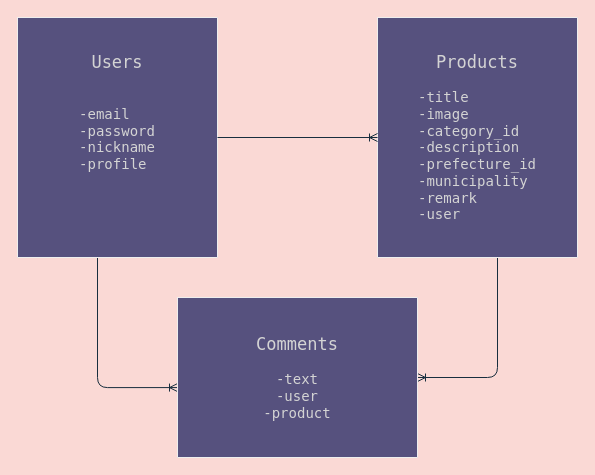
Above: osanpo_test.dio in mo0777lucky/osanpo_goo (draw.io), before the change. Source tidied: cells renumbered, new cells numbered last; positions are measured from the earlier drawing's top-left corner, leaving out a move shared by most shapes. Both pictures are drawn from the tidied source at 100%, with x=0, y=0 at pixel (17, 17).
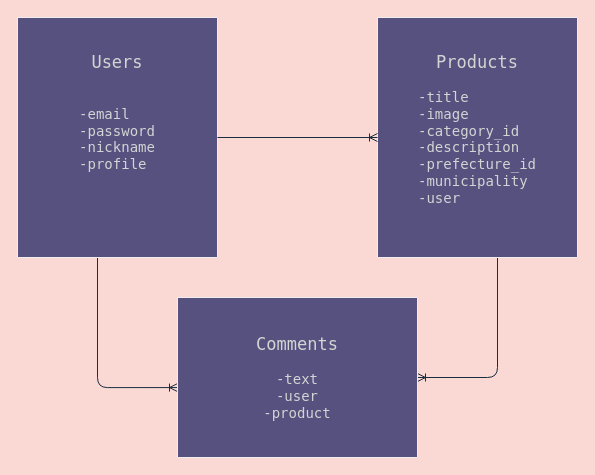
The same diagram, later.

Commit message (it also covers changes not shown here):
テーブル設計

What changed in the source:
```diff
@@
 <mxGraphModel background="#FAD9D5">
   <root>
     <mxCell id="0" />
     <mxCell id="1" parent="0" />
     <mxCell id="2" style="edgeStyle=orthogonalEdgeStyle;curved=0;rounded=1;sketch=0;jettySize=auto;html=1;strokeColor=#182E3E;endArrow=ERoneToMany;endFill=0;" parent="1" edge="1" source="3" target="11">
       <mxGeometry relative="1" as="geometry">
         <Array as="points">
           <mxPoint x="480" y="360" />
         </Array>
       </mxGeometry>
     </mxCell>
     <mxCell id="3" style="shape=table;html=1;whiteSpace=wrap;startSize=0;childLayout=tableLayout;fillColor=#56517E;strokeColor=#EEEEEE;fontColor=#FFFFFF;" parent="1" vertex="1">
       <mxGeometry x="360" width="200" height="240" as="geometry" />
     </mxCell>
     <mxCell id="4" style="shape=partialRectangle;html=1;whiteSpace=wrap;fillColor=none;top=0;left=0;bottom=0;right=0;points=[[0,0.5],[1,0.5]];portConstraint=eastwest;strokeColor=#EEEEEE;fontColor=#FFFFFF;" parent="3" vertex="1">
       <mxGeometry width="200" height="240" as="geometry" />
     </mxCell>
-    <mxCell id="5" value="&lt;div style=&quot;color: rgb(212 , 212 , 212) ; font-family: &amp;#34;menlo&amp;#34; , &amp;#34;monaco&amp;#34; , &amp;#34;courier new&amp;#34; , monospace ; font-style: normal ; font-weight: 400 ; letter-spacing: normal ; text-align: center ; text-indent: 0px ; text-transform: none ; word-spacing: 0px&quot;&gt;&lt;font style=&quot;font-size: 17px&quot;&gt;Products&lt;/font&gt;&lt;/div&gt;&lt;div style=&quot;color: rgb(212 , 212 , 212) ; font-family: &amp;#34;menlo&amp;#34; , &amp;#34;monaco&amp;#34; , &amp;#34;courier new&amp;#34; , monospace ; font-style: normal ; font-weight: 400 ; letter-spacing: normal ; text-align: center ; text-indent: 0px ; text-transform: none ; word-spacing: 0px ; font-size: 14px&quot;&gt;&lt;font style=&quot;font-size: 14px&quot;&gt;&lt;br&gt;&lt;/font&gt;&lt;/div&gt;&lt;div style=&quot;text-align: left ; color: rgb(212 , 212 , 212) ; font-family: &amp;#34;menlo&amp;#34; , &amp;#34;monaco&amp;#34; , &amp;#34;courier new&amp;#34; , monospace ; font-style: normal ; font-weight: 400 ; letter-spacing: normal ; text-indent: 0px ; text-transform: none ; word-spacing: 0px ; font-size: 14px&quot;&gt;&lt;font style=&quot;font-size: 14px&quot;&gt;-title&lt;/font&gt;&lt;/div&gt;&lt;div style=&quot;text-align: left ; color: rgb(212 , 212 , 212) ; font-family: &amp;#34;menlo&amp;#34; , &amp;#34;monaco&amp;#34; , &amp;#34;courier new&amp;#34; , monospace ; font-style: normal ; font-weight: 400 ; letter-spacing: normal ; text-indent: 0px ; text-transform: none ; word-spacing: 0px ; font-size: 14px&quot;&gt;&lt;font style=&quot;font-size: 14px&quot;&gt;-image&lt;/font&gt;&lt;/div&gt;&lt;div style=&quot;text-align: left ; color: rgb(212 , 212 , 212) ; font-family: &amp;#34;menlo&amp;#34; , &amp;#34;monaco&amp;#34; , &amp;#34;courier new&amp;#34; , monospace ; font-style: normal ; font-weight: 400 ; letter-spacing: normal ; text-indent: 0px ; text-transform: none ; word-spacing: 0px ; font-size: 14px&quot;&gt;&lt;font style=&quot;font-size: 14px&quot;&gt;-category_id&lt;/font&gt;&lt;/div&gt;&lt;div style=&quot;text-align: left ; color: rgb(212 , 212 , 212) ; font-family: &amp;#34;menlo&amp;#34; , &amp;#34;monaco&amp;#34; , &amp;#34;courier new&amp;#34; , monospace ; font-style: normal ; font-weight: 400 ; letter-spacing: normal ; text-indent: 0px ; text-transform: none ; word-spacing: 0px ; font-size: 14px&quot;&gt;&lt;font style=&quot;font-size: 14px&quot;&gt;-description&lt;/font&gt;&lt;/div&gt;&lt;div style=&quot;text-align: left ; color: rgb(212 , 212 , 212) ; font-family: &amp;#34;menlo&amp;#34; , &amp;#34;monaco&amp;#34; , &amp;#34;courier new&amp;#34; , monospace ; font-style: normal ; font-weight: 400 ; letter-spacing: normal ; text-indent: 0px ; text-transform: none ; word-spacing: 0px ; font-size: 14px&quot;&gt;&lt;font style=&quot;font-size: 14px&quot;&gt;-prefecture_id&lt;/font&gt;&lt;/div&gt;&lt;div style=&quot;text-align: left ; color: rgb(212 , 212 , 212) ; font-family: &amp;#34;menlo&amp;#34; , &amp;#34;monaco&amp;#34; , &amp;#34;courier new&amp;#34; , monospace ; font-style: normal ; font-weight: 400 ; letter-spacing: normal ; text-indent: 0px ; text-transform: none ; word-spacing: 0px ; font-size: 14px&quot;&gt;&lt;font style=&quot;font-size: 14px&quot;&gt;-municipality&lt;/font&gt;&lt;/div&gt;&lt;div style=&quot;text-align: left ; color: rgb(212 , 212 , 212) ; font-family: &amp;#34;menlo&amp;#34; , &amp;#34;monaco&amp;#34; , &amp;#34;courier new&amp;#34; , monospace ; font-style: normal ; font-weight: 400 ; letter-spacing: normal ; text-indent: 0px ; text-transform: none ; word-spacing: 0px ; font-size: 14px&quot;&gt;&lt;font style=&quot;font-size: 14px&quot;&gt;-remark&lt;/font&gt;&lt;/div&gt;&lt;div style=&quot;text-align: left ; color: rgb(212 , 212 , 212) ; font-family: &amp;#34;menlo&amp;#34; , &amp;#34;monaco&amp;#34; , &amp;#34;courier new&amp;#34; , monospace ; font-style: normal ; font-weight: 400 ; letter-spacing: normal ; text-indent: 0px ; text-transform: none ; word-spacing: 0px ; font-size: 14px&quot;&gt;&lt;font style=&quot;font-size: 14px&quot;&gt;-user&lt;/font&gt;&lt;/div&gt;" style="shape=partialRectangle;html=1;whiteSpace=wrap;overflow=hidden;fillColor=none;top=0;left=0;bottom=0;right=0;strokeColor=#EEEEEE;fontColor=#FFFFFF;" parent="4" vertex="1">
+    <mxCell id="5" value="&lt;div style=&quot;color: rgb(212 , 212 , 212) ; font-family: &amp;#34;menlo&amp;#34; , &amp;#34;monaco&amp;#34; , &amp;#34;courier new&amp;#34; , monospace ; font-style: normal ; font-weight: 400 ; letter-spacing: normal ; text-align: center ; text-indent: 0px ; text-transform: none ; word-spacing: 0px&quot;&gt;&lt;font style=&quot;font-size: 17px&quot;&gt;Products&lt;/font&gt;&lt;/div&gt;&lt;div style=&quot;color: rgb(212 , 212 , 212) ; font-family: &amp;#34;menlo&amp;#34; , &amp;#34;monaco&amp;#34; , &amp;#34;courier new&amp;#34; , monospace ; font-style: normal ; font-weight: 400 ; letter-spacing: normal ; text-align: center ; text-indent: 0px ; text-transform: none ; word-spacing: 0px ; font-size: 14px&quot;&gt;&lt;font style=&quot;font-size: 14px&quot;&gt;&lt;br&gt;&lt;/font&gt;&lt;/div&gt;&lt;div style=&quot;text-align: left ; color: rgb(212 , 212 , 212) ; font-family: &amp;#34;menlo&amp;#34; , &amp;#34;monaco&amp;#34; , &amp;#34;courier new&amp;#34; , monospace ; font-style: normal ; font-weight: 400 ; letter-spacing: normal ; text-indent: 0px ; text-transform: none ; word-spacing: 0px ; font-size: 14px&quot;&gt;&lt;font style=&quot;font-size: 14px&quot;&gt;-title&lt;/font&gt;&lt;/div&gt;&lt;div style=&quot;text-align: left ; color: rgb(212 , 212 , 212) ; font-family: &amp;#34;menlo&amp;#34; , &amp;#34;monaco&amp;#34; , &amp;#34;courier new&amp;#34; , monospace ; font-style: normal ; font-weight: 400 ; letter-spacing: normal ; text-indent: 0px ; text-transform: none ; word-spacing: 0px ; font-size: 14px&quot;&gt;&lt;font style=&quot;font-size: 14px&quot;&gt;-image&lt;/font&gt;&lt;/div&gt;&lt;div style=&quot;text-align: left ; color: rgb(212 , 212 , 212) ; font-family: &amp;#34;menlo&amp;#34; , &amp;#34;monaco&amp;#34; , &amp;#34;courier new&amp;#34; , monospace ; font-style: normal ; font-weight: 400 ; letter-spacing: normal ; text-indent: 0px ; text-transform: none ; word-spacing: 0px ; font-size: 14px&quot;&gt;&lt;font style=&quot;font-size: 14px&quot;&gt;-category_id&lt;/font&gt;&lt;/div&gt;&lt;div style=&quot;text-align: left ; color: rgb(212 , 212 , 212) ; font-family: &amp;#34;menlo&amp;#34; , &amp;#34;monaco&amp;#34; , &amp;#34;courier new&amp;#34; , monospace ; font-style: normal ; font-weight: 400 ; letter-spacing: normal ; text-indent: 0px ; text-transform: none ; word-spacing: 0px ; font-size: 14px&quot;&gt;&lt;font style=&quot;font-size: 14px&quot;&gt;-description&lt;/font&gt;&lt;/div&gt;&lt;div style=&quot;text-align: left ; color: rgb(212 , 212 , 212) ; font-family: &amp;#34;menlo&amp;#34; , &amp;#34;monaco&amp;#34; , &amp;#34;courier new&amp;#34; , monospace ; font-style: normal ; font-weight: 400 ; letter-spacing: normal ; text-indent: 0px ; text-transform: none ; word-spacing: 0px ; font-size: 14px&quot;&gt;&lt;font style=&quot;font-size: 14px&quot;&gt;-prefecture_id&lt;/font&gt;&lt;/div&gt;&lt;div style=&quot;text-align: left ; color: rgb(212 , 212 , 212) ; font-family: &amp;#34;menlo&amp;#34; , &amp;#34;monaco&amp;#34; , &amp;#34;courier new&amp;#34; , monospace ; font-style: normal ; font-weight: 400 ; letter-spacing: normal ; text-indent: 0px ; text-transform: none ; word-spacing: 0px ; font-size: 14px&quot;&gt;&lt;font style=&quot;font-size: 14px&quot;&gt;-municipality&lt;/font&gt;&lt;/div&gt;&lt;div style=&quot;text-align: left ; color: rgb(212 , 212 , 212) ; font-family: &amp;#34;menlo&amp;#34; , &amp;#34;monaco&amp;#34; , &amp;#34;courier new&amp;#34; , monospace ; font-style: normal ; font-weight: 400 ; letter-spacing: normal ; text-indent: 0px ; text-transform: none ; word-spacing: 0px ; font-size: 14px&quot;&gt;&lt;font style=&quot;font-size: 14px&quot;&gt;-user&lt;/font&gt;&lt;/div&gt;&lt;div style=&quot;text-align: left ; color: rgb(212 , 212 , 212) ; font-family: &amp;#34;menlo&amp;#34; , &amp;#34;monaco&amp;#34; , &amp;#34;courier new&amp;#34; , monospace ; font-style: normal ; font-weight: 400 ; letter-spacing: normal ; text-indent: 0px ; text-transform: none ; word-spacing: 0px ; font-size: 14px&quot;&gt;&lt;font style=&quot;font-size: 14px&quot;&gt;&lt;br&gt;&lt;/font&gt;&lt;/div&gt;" style="shape=partialRectangle;html=1;whiteSpace=wrap;overflow=hidden;fillColor=none;top=0;left=0;bottom=0;right=0;strokeColor=#EEEEEE;fontColor=#FFFFFF;" parent="4" vertex="1">
       <mxGeometry width="200" height="240" as="geometry" />
     </mxCell>
     <mxCell id="6" style="edgeStyle=orthogonalEdgeStyle;curved=0;rounded=1;sketch=0;jettySize=auto;html=1;entryX=0;entryY=0.563;entryDx=0;entryDy=0;entryPerimeter=0;strokeColor=#182E3E;endArrow=ERoneToMany;endFill=0;" parent="1" edge="1" source="7" target="11">
       <mxGeometry relative="1" as="geometry">
         <Array as="points">
           <mxPoint x="80" y="370" />
         </Array>
       </mxGeometry>
     </mxCell>
     <mxCell id="7" style="shape=table;html=1;whiteSpace=wrap;startSize=0;childLayout=tableLayout;fillColor=#56517E;strokeColor=#EEEEEE;fontColor=#FFFFFF;" parent="1" vertex="1">
       <mxGeometry width="200" height="240" as="geometry" />
     </mxCell>
     <mxCell id="8" style="shape=partialRectangle;html=1;whiteSpace=wrap;fillColor=none;top=0;left=0;bottom=0;right=0;points=[[0,0.5],[1,0.5]];portConstraint=eastwest;strokeColor=#EEEEEE;fontColor=#FFFFFF;" parent="7" vertex="1">
       <mxGeometry width="200" height="240" as="geometry" />
     </mxCell>
     <mxCell id="9" value="&lt;div style=&quot;color: rgb(212 , 212 , 212) ; font-family: &amp;#34;menlo&amp;#34; , &amp;#34;monaco&amp;#34; , &amp;#34;courier new&amp;#34; , monospace ; font-style: normal ; font-weight: 400 ; letter-spacing: normal ; text-align: center ; text-indent: 0px ; text-transform: none ; word-spacing: 0px&quot;&gt;&lt;span style=&quot;color: rgb(212 , 212 , 212)&quot;&gt;&lt;font style=&quot;font-size: 17px&quot;&gt;Users&lt;/font&gt;&lt;/span&gt;&lt;/div&gt;&lt;div style=&quot;color: rgb(212 , 212 , 212) ; font-family: &amp;#34;menlo&amp;#34; , &amp;#34;monaco&amp;#34; , &amp;#34;courier new&amp;#34; , monospace ; font-style: normal ; font-weight: 400 ; letter-spacing: normal ; text-align: center ; text-indent: 0px ; text-transform: none ; word-spacing: 0px ; font-size: 14px&quot;&gt;&lt;br&gt;&lt;/div&gt;&lt;div style=&quot;color: rgb(212 , 212 , 212) ; font-family: &amp;#34;menlo&amp;#34; , &amp;#34;monaco&amp;#34; , &amp;#34;courier new&amp;#34; , monospace ; font-style: normal ; font-weight: 400 ; letter-spacing: normal ; text-align: center ; text-indent: 0px ; text-transform: none ; word-spacing: 0px ; font-size: 14px&quot;&gt;&lt;br&gt;&lt;/div&gt;&lt;div style=&quot;text-align: left ; color: rgb(212 , 212 , 212) ; font-family: &amp;#34;menlo&amp;#34; , &amp;#34;monaco&amp;#34; , &amp;#34;courier new&amp;#34; , monospace ; font-style: normal ; font-weight: 400 ; letter-spacing: normal ; text-indent: 0px ; text-transform: none ; word-spacing: 0px ; font-size: 14px&quot;&gt;&lt;span style=&quot;color: rgb(212 , 212 , 212)&quot;&gt;&lt;font style=&quot;font-size: 14px&quot;&gt;-email&lt;/font&gt;&lt;/span&gt;&lt;/div&gt;&lt;div style=&quot;text-align: left ; color: rgb(212 , 212 , 212) ; font-family: &amp;#34;menlo&amp;#34; , &amp;#34;monaco&amp;#34; , &amp;#34;courier new&amp;#34; , monospace ; font-style: normal ; font-weight: 400 ; letter-spacing: normal ; text-indent: 0px ; text-transform: none ; word-spacing: 0px ; font-size: 14px&quot;&gt;&lt;font style=&quot;font-size: 14px&quot;&gt;-password&lt;/font&gt;&lt;/div&gt;&lt;div style=&quot;text-align: left ; color: rgb(212 , 212 , 212) ; font-family: &amp;#34;menlo&amp;#34; , &amp;#34;monaco&amp;#34; , &amp;#34;courier new&amp;#34; , monospace ; font-style: normal ; font-weight: 400 ; letter-spacing: normal ; text-indent: 0px ; text-transform: none ; word-spacing: 0px ; font-size: 14px&quot;&gt;&lt;font style=&quot;font-size: 14px&quot;&gt;-nickname&lt;/font&gt;&lt;/div&gt;&lt;div style=&quot;text-align: left ; color: rgb(212 , 212 , 212) ; font-family: &amp;#34;menlo&amp;#34; , &amp;#34;monaco&amp;#34; , &amp;#34;courier new&amp;#34; , monospace ; font-style: normal ; font-weight: 400 ; letter-spacing: normal ; text-indent: 0px ; text-transform: none ; word-spacing: 0px ; font-size: 14px&quot;&gt;&lt;font style=&quot;font-size: 14px&quot;&gt;-profile&lt;/font&gt;&lt;/div&gt;&lt;div style=&quot;text-align: left ; color: rgb(212 , 212 , 212) ; font-family: &amp;#34;menlo&amp;#34; , &amp;#34;monaco&amp;#34; , &amp;#34;courier new&amp;#34; , monospace ; font-style: normal ; font-weight: 400 ; letter-spacing: normal ; text-indent: 0px ; text-transform: none ; word-spacing: 0px ; font-size: 14px&quot;&gt;&lt;font style=&quot;font-size: 14px&quot;&gt;&lt;br&gt;&lt;/font&gt;&lt;/div&gt;&lt;div style=&quot;text-align: left ; color: rgb(212 , 212 , 212) ; font-family: &amp;#34;menlo&amp;#34; , &amp;#34;monaco&amp;#34; , &amp;#34;courier new&amp;#34; , monospace ; font-style: normal ; font-weight: 400 ; letter-spacing: normal ; text-indent: 0px ; text-transform: none ; word-spacing: 0px ; font-size: 14px&quot;&gt;&lt;font style=&quot;font-size: 14px&quot;&gt;&lt;br&gt;&lt;/font&gt;&lt;/div&gt;&lt;div style=&quot;text-align: left ; color: rgb(212 , 212 , 212) ; font-family: &amp;#34;menlo&amp;#34; , &amp;#34;monaco&amp;#34; , &amp;#34;courier new&amp;#34; , monospace ; font-style: normal ; font-weight: 400 ; letter-spacing: normal ; text-indent: 0px ; text-transform: none ; word-spacing: 0px ; font-size: 14px&quot;&gt;&lt;font style=&quot;font-size: 14px&quot;&gt;&lt;br&gt;&lt;/font&gt;&lt;/div&gt;" style="shape=partialRectangle;html=1;whiteSpace=wrap;overflow=hidden;fillColor=none;top=0;left=0;bottom=0;right=0;strokeColor=#EEEEEE;fontColor=#FFFFFF;" parent="8" vertex="1">
       <mxGeometry width="200" height="240" as="geometry" />
     </mxCell>
     <mxCell id="10" style="shape=table;html=1;whiteSpace=wrap;startSize=0;childLayout=tableLayout;fillColor=#56517E;strokeColor=#EEEEEE;fontColor=#FFFFFF;" parent="1" vertex="1">
       <mxGeometry x="160" y="280" width="240" height="160" as="geometry" />
     </mxCell>
     <mxCell id="11" style="shape=partialRectangle;html=1;whiteSpace=wrap;fillColor=none;top=0;left=0;bottom=0;right=0;points=[[0,0.5],[1,0.5]];portConstraint=eastwest;strokeColor=#EEEEEE;fontColor=#FFFFFF;" parent="10" vertex="1">
       <mxGeometry width="240" height="160" as="geometry" />
     </mxCell>
     <mxCell id="12" value="&lt;div style=&quot;color: rgb(212 , 212 , 212) ; font-family: &amp;#34;menlo&amp;#34; , &amp;#34;monaco&amp;#34; , &amp;#34;courier new&amp;#34; , monospace ; font-style: normal ; font-weight: 400 ; letter-spacing: normal ; text-align: center ; text-indent: 0px ; text-transform: none ; word-spacing: 0px&quot;&gt;&lt;span style=&quot;color: rgb(212 , 212 , 212)&quot;&gt;&lt;font style=&quot;font-size: 17px&quot;&gt;Comments&lt;/font&gt;&lt;/span&gt;&lt;/div&gt;&lt;div style=&quot;color: rgb(212 , 212 , 212) ; font-family: &amp;#34;menlo&amp;#34; , &amp;#34;monaco&amp;#34; , &amp;#34;courier new&amp;#34; , monospace ; font-style: normal ; font-weight: 400 ; letter-spacing: normal ; text-align: center ; text-indent: 0px ; text-transform: none ; word-spacing: 0px ; font-size: 14px&quot;&gt;&lt;span style=&quot;color: rgb(212 , 212 , 212)&quot;&gt;&lt;font style=&quot;font-size: 14px&quot;&gt;&lt;br&gt;&lt;/font&gt;&lt;/span&gt;&lt;/div&gt;&lt;div style=&quot;color: rgb(212 , 212 , 212) ; font-family: &amp;#34;menlo&amp;#34; , &amp;#34;monaco&amp;#34; , &amp;#34;courier new&amp;#34; , monospace ; font-style: normal ; font-weight: 400 ; letter-spacing: normal ; text-align: center ; text-indent: 0px ; text-transform: none ; word-spacing: 0px ; font-size: 14px&quot;&gt;&lt;span style=&quot;color: rgb(212 , 212 , 212)&quot;&gt;&lt;font style=&quot;font-size: 14px&quot;&gt;-text&lt;/font&gt;&lt;/span&gt;&lt;/div&gt;&lt;div style=&quot;color: rgb(212 , 212 , 212) ; font-family: &amp;#34;menlo&amp;#34; , &amp;#34;monaco&amp;#34; , &amp;#34;courier new&amp;#34; , monospace ; font-style: normal ; font-weight: 400 ; letter-spacing: normal ; text-align: center ; text-indent: 0px ; text-transform: none ; word-spacing: 0px ; font-size: 14px&quot;&gt;&lt;font style=&quot;font-size: 14px&quot;&gt;-user&lt;/font&gt;&lt;/div&gt;&lt;div style=&quot;color: rgb(212 , 212 , 212) ; font-family: &amp;#34;menlo&amp;#34; , &amp;#34;monaco&amp;#34; , &amp;#34;courier new&amp;#34; , monospace ; font-style: normal ; font-weight: 400 ; letter-spacing: normal ; text-align: center ; text-indent: 0px ; text-transform: none ; word-spacing: 0px ; font-size: 14px&quot;&gt;&lt;span&gt;-product&lt;/span&gt;&lt;/div&gt;" style="shape=partialRectangle;html=1;whiteSpace=wrap;overflow=hidden;fillColor=none;top=0;left=0;bottom=0;right=0;strokeColor=#EEEEEE;fontColor=#FFFFFF;" parent="11" vertex="1">
       <mxGeometry width="240" height="160" as="geometry" />
     </mxCell>
     <mxCell id="13" style="edgeStyle=orthogonalEdgeStyle;curved=0;rounded=1;sketch=0;jettySize=auto;html=1;strokeColor=#182E3E;endArrow=ERoneToMany;endFill=0;" parent="1" edge="1" source="8" target="4">
       <mxGeometry relative="1" as="geometry" />
     </mxCell>
   </root>
 </mxGraphModel>
```
